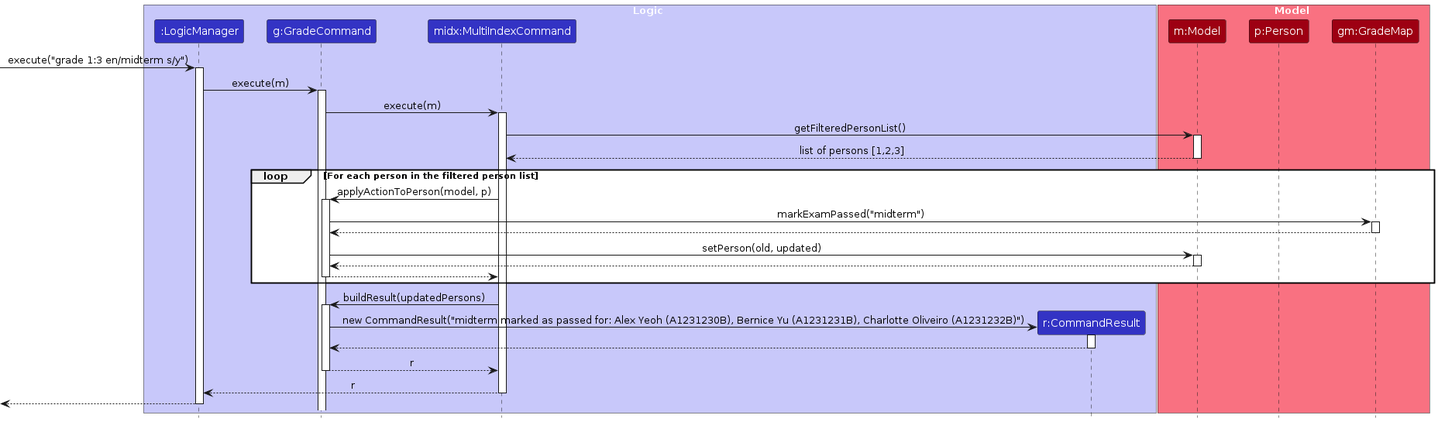
AY2526S1-CS2103T-T09-3/tp keeps this PlantUML diagram as diagrams/GradeCommand/GradeSequenceDiagram.png. Above is the earlier version. Its source is kept beside it as diagrams/GradeCommand/GradeSequenceDiagram.puml.
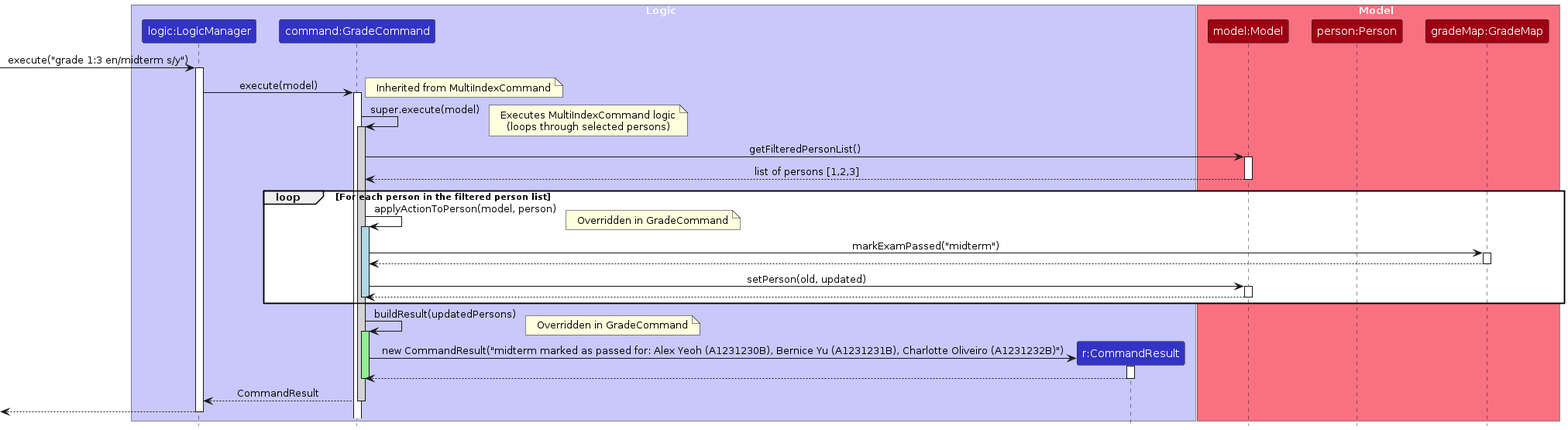
Later version of the same file.

What changed in the source:
```diff
@@ -3,35 +3,37 @@
 skinparam ArrowFontStyle plain
 
 box Logic LOGIC_COLOR_T1
-participant ":LogicManager" as LogicManager LOGIC_COLOR
-participant "g:GradeCommand" as GradeCommand LOGIC_COLOR
-participant "midx:MultiIndexCommand" as MultiIndexCommand LOGIC_COLOR
+participant "logic:LogicManager" as LogicManager LOGIC_COLOR
+participant "command:GradeCommand" as GradeCommand LOGIC_COLOR
 participant "r:CommandResult" as CommandResult LOGIC_COLOR
 end box
 
 box Model MODEL_COLOR_T1
-participant "m:Model" as Model MODEL_COLOR
-participant "p:Person" as Person MODEL_COLOR
-participant "gm:GradeMap" as GradeMap MODEL_COLOR
+participant "model:Model" as Model MODEL_COLOR
+participant "person:Person" as Person MODEL_COLOR
+participant "gradeMap:GradeMap" as GradeMap MODEL_COLOR
 end box
 
 [-> LogicManager : execute("grade 1:3 en/midterm s/y")
 activate LogicManager
 
-LogicManager -> GradeCommand : execute(m)
+LogicManager -> GradeCommand : execute(model)
 activate GradeCommand
+note right: Inherited from MultiIndexCommand
 
-GradeCommand -> MultiIndexCommand : execute(m)
-activate MultiIndexCommand
+GradeCommand -> GradeCommand : super.execute(model)
+activate GradeCommand #LightGray
+note right: Executes MultiIndexCommand logic\n(loops through selected persons)
 
-MultiIndexCommand -> Model : getFilteredPersonList()
+GradeCommand -> Model : getFilteredPersonList()
 activate Model
-Model --> MultiIndexCommand : list of persons [1,2,3]
+Model --> GradeCommand : list of persons [1,2,3]
 deactivate Model
 
 loop For each person in the filtered person list
-    MultiIndexCommand -> GradeCommand : applyActionToPerson(model, p)
-    activate GradeCommand
+    GradeCommand -> GradeCommand : applyActionToPerson(model, person)
+    activate GradeCommand #LightBlue
+    note right: Overridden in GradeCommand
 
     GradeCommand -> GradeMap : markExamPassed("midterm")
     activate GradeMap
@@ -43,24 +45,22 @@
     Model --> GradeCommand
     deactivate Model
 
-    GradeCommand --> MultiIndexCommand
     deactivate GradeCommand
 end
 
-MultiIndexCommand -> GradeCommand : buildResult(updatedPersons)
-activate GradeCommand
+GradeCommand -> GradeCommand : buildResult(updatedPersons)
+activate GradeCommand #LightGreen
+note right: Overridden in GradeCommand
 
 create CommandResult
 GradeCommand -> CommandResult : new CommandResult("midterm marked as passed for: Alex Yeoh (A1231230B), Bernice Yu (A1231231B), Charlotte Oliveiro (A1231232B)")
 activate CommandResult
-
 CommandResult --> GradeCommand
 deactivate CommandResult
-GradeCommand --> MultiIndexCommand : r
 deactivate GradeCommand
 
-MultiIndexCommand --> LogicManager : r
-deactivate MultiIndexCommand
+GradeCommand --> LogicManager : CommandResult
+deactivate GradeCommand
 
 [<-- LogicManager
 deactivate LogicManager
```
